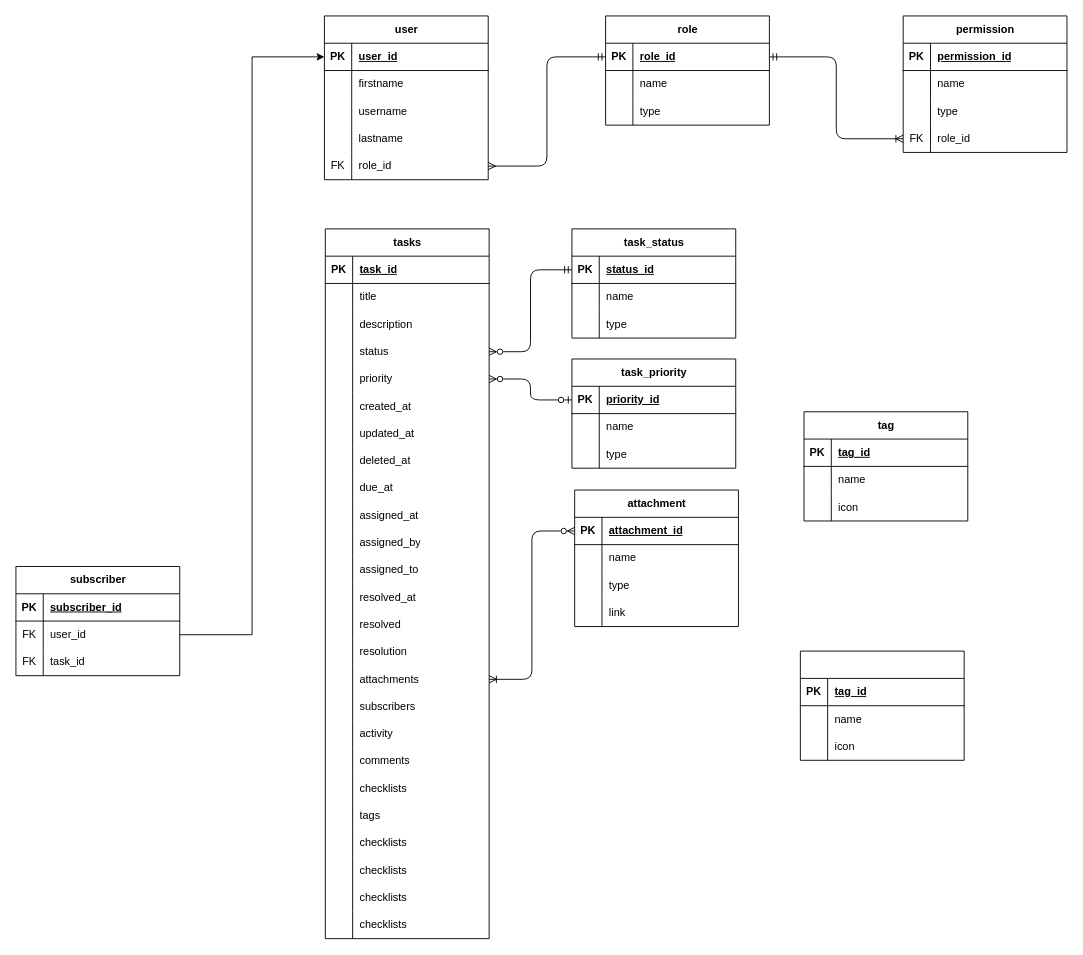
The draw.io diagram Untitled Diagram.drawio in sonu-nigam/workflow, before the edit. Source tidied: cells renumbered, new cells numbered last; positions are measured from the earlier drawing's top-left corner, leaving out a move shared by most shapes. Both pictures are drawn from the tidied source at 91%, with x=0, y=0 at pixel (15, 15).
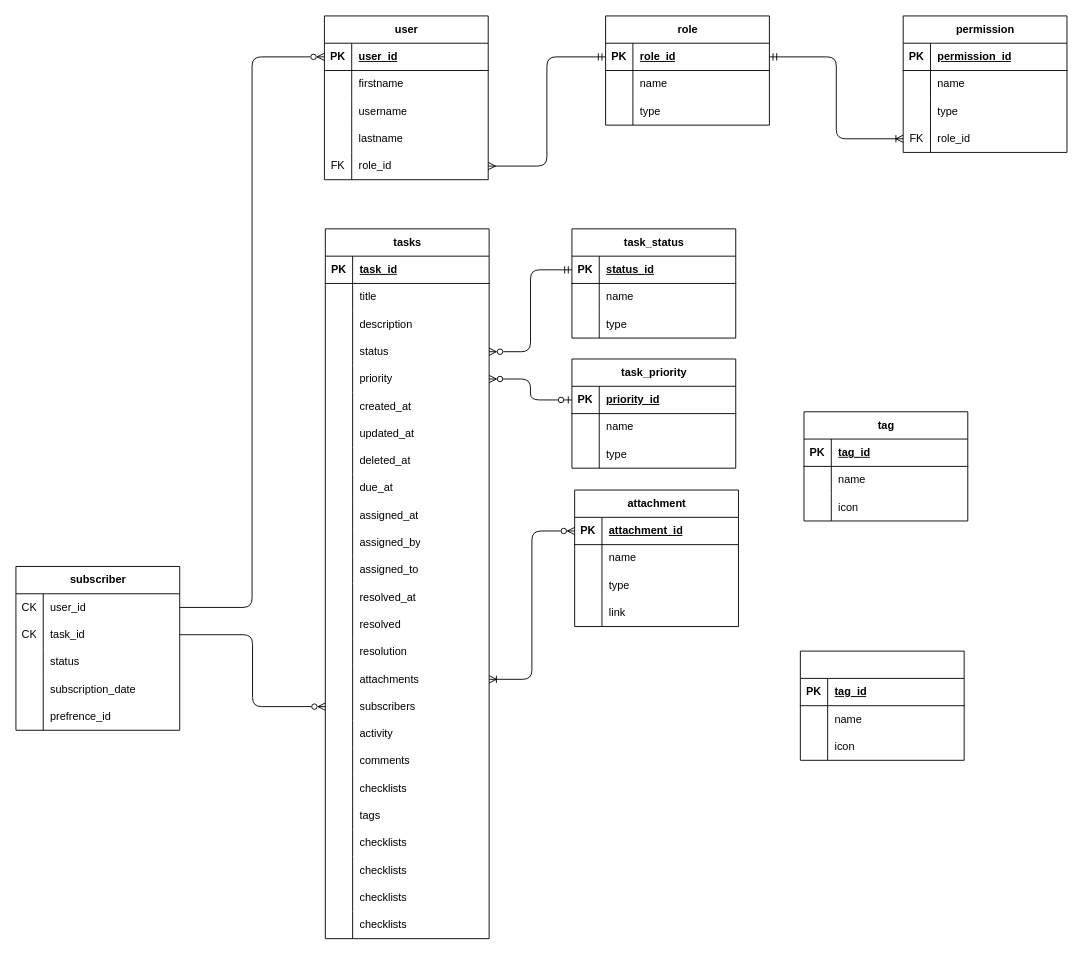
The same page after the edit.

The change refers to these unchanged cells:
```xml
<mxCell id="3" style="shape=tableRow;horizontal=0;startSize=0;swimlaneHead=0;swimlaneBody=0;fillColor=none;points=[[0,0.5],[1,0.5]];portConstraint=eastwest;top=0;left=0;right=0;bottom=1;rounded=0;" parent="2" vertex="1">
  <mxGeometry y="30" width="180" height="30" as="geometry" />
</mxCell>
<mxCell id="77" style="shape=tableRow;horizontal=0;startSize=0;swimlaneHead=0;swimlaneBody=0;fillColor=none;points=[[0,0.5],[1,0.5]];portConstraint=eastwest;top=0;left=0;right=0;bottom=0;" parent="28" vertex="1">
  <mxGeometry y="510" width="180" height="30" as="geometry" />
</mxCell>
```

The edit, as a diff of the source:
```diff
@@
     <mxCell id="165" value="subscriber" style="shape=table;startSize=30;childLayout=tableLayout;rowLines=0;fontStyle=1;align=center;html=1;rounded=0;" parent="1" vertex="1">
-      <mxGeometry y="605" width="180" height="120" as="geometry" />
+      <mxGeometry y="605" width="180" height="180" as="geometry" />
     </mxCell>
-    <mxCell id="166" style="shape=tableRow;horizontal=0;startSize=0;swimlaneHead=0;swimlaneBody=0;fillColor=none;top=0;left=0;right=0;bottom=1;rounded=0;" parent="165" vertex="1">
-      <mxGeometry y="30" width="180" height="30" as="geometry" />
-    </mxCell>
-    <mxCell id="167" value="PK" style="shape=partialRectangle;fillColor=none;top=0;left=0;bottom=0;right=0;fontStyle=1;overflow=hidden;whiteSpace=wrap;html=1;rounded=0;" parent="166" vertex="1">
-      <mxGeometry width="30" height="30" as="geometry" />
-    </mxCell>
-    <mxCell id="168" value="subscriber_id" style="shape=partialRectangle;fillColor=none;top=0;left=0;bottom=0;right=0;align=left;spacingLeft=6;fontStyle=5;overflow=hidden;whiteSpace=wrap;html=1;rounded=0;" parent="166" vertex="1">
-      <mxGeometry x="30" width="150" height="30" as="geometry" />
-    </mxCell>
     <mxCell id="169" style="shape=tableRow;horizontal=0;startSize=0;swimlaneHead=0;swimlaneBody=0;fillColor=none;points=[[0,0.5],[1,0.5]];portConstraint=eastwest;top=0;left=0;right=0;bottom=0;rounded=0;" parent="165" vertex="1">
-      <mxGeometry y="60" width="180" height="30" as="geometry" />
+      <mxGeometry y="30" width="180" height="30" as="geometry" />
     </mxCell>
-    <mxCell id="170" value="FK" style="shape=partialRectangle;fillColor=none;top=0;left=0;bottom=0;right=0;overflow=hidden;whiteSpace=wrap;html=1;rounded=0;" parent="169" vertex="1">
+    <mxCell id="170" value="CK" style="shape=partialRectangle;fillColor=none;top=0;left=0;bottom=0;right=0;overflow=hidden;whiteSpace=wrap;html=1;rounded=0;" parent="169" vertex="1">
       <mxGeometry width="30" height="30" as="geometry" />
     </mxCell>
@@
     <mxCell id="172" style="shape=tableRow;horizontal=0;startSize=0;swimlaneHead=0;swimlaneBody=0;fillColor=none;points=[[0,0.5],[1,0.5]];portConstraint=eastwest;top=0;left=0;right=0;bottom=0;rounded=0;" parent="165" vertex="1">
-      <mxGeometry y="90" width="180" height="30" as="geometry" />
+      <mxGeometry y="60" width="180" height="30" as="geometry" />
     </mxCell>
-    <mxCell id="173" value="FK" style="shape=partialRectangle;fillColor=none;top=0;left=0;bottom=0;right=0;overflow=hidden;whiteSpace=wrap;html=1;rounded=0;" parent="172" vertex="1">
+    <mxCell id="173" value="CK" style="shape=partialRectangle;fillColor=none;top=0;left=0;bottom=0;right=0;overflow=hidden;whiteSpace=wrap;html=1;rounded=0;" parent="172" vertex="1">
       <mxGeometry width="30" height="30" as="geometry" />
     </mxCell>
@@
+    <mxCell id="186" style="shape=tableRow;horizontal=0;startSize=0;swimlaneHead=0;swimlaneBody=0;fillColor=none;top=0;left=0;right=0;bottom=0;rounded=0;" parent="165" vertex="1">
+      <mxGeometry y="90" width="180" height="30" as="geometry" />
+    </mxCell>
+    <mxCell id="187" style="shape=partialRectangle;fillColor=none;top=0;left=0;bottom=0;right=0;overflow=hidden;whiteSpace=wrap;html=1;rounded=0;" parent="186" vertex="1">
+      <mxGeometry width="30" height="30" as="geometry" />
+    </mxCell>
+    <mxCell id="188" value="status" style="shape=partialRectangle;fillColor=none;top=0;left=0;bottom=0;right=0;align=left;spacingLeft=6;overflow=hidden;whiteSpace=wrap;html=1;rounded=0;" parent="186" vertex="1">
+      <mxGeometry x="30" width="150" height="30" as="geometry" />
+    </mxCell>
+    <mxCell id="189" style="shape=tableRow;horizontal=0;startSize=0;swimlaneHead=0;swimlaneBody=0;fillColor=none;top=0;left=0;right=0;bottom=0;rounded=0;" parent="165" vertex="1">
+      <mxGeometry y="120" width="180" height="30" as="geometry" />
+    </mxCell>
+    <mxCell id="190" style="shape=partialRectangle;fillColor=none;top=0;left=0;bottom=0;right=0;overflow=hidden;whiteSpace=wrap;html=1;rounded=0;" parent="189" vertex="1">
+      <mxGeometry width="30" height="30" as="geometry" />
+    </mxCell>
+    <mxCell id="191" value="subscription_date" style="shape=partialRectangle;fillColor=none;top=0;left=0;bottom=0;right=0;align=left;spacingLeft=6;overflow=hidden;whiteSpace=wrap;html=1;rounded=0;" parent="189" vertex="1">
+      <mxGeometry x="30" width="150" height="30" as="geometry" />
+    </mxCell>
+    <mxCell id="192" style="shape=tableRow;horizontal=0;startSize=0;swimlaneHead=0;swimlaneBody=0;fillColor=none;top=0;left=0;right=0;bottom=0;rounded=0;" parent="165" vertex="1">
+      <mxGeometry y="150" width="180" height="30" as="geometry" />
+    </mxCell>
+    <mxCell id="193" style="shape=partialRectangle;fillColor=none;top=0;left=0;bottom=0;right=0;overflow=hidden;whiteSpace=wrap;html=1;rounded=0;" parent="192" vertex="1">
+      <mxGeometry width="30" height="30" as="geometry" />
+    </mxCell>
+    <mxCell id="194" value="prefrence_id" style="shape=partialRectangle;fillColor=none;top=0;left=0;bottom=0;right=0;align=left;spacingLeft=6;overflow=hidden;whiteSpace=wrap;html=1;rounded=0;" parent="192" vertex="1">
+      <mxGeometry x="30" width="150" height="30" as="geometry" />
+    </mxCell>
@@
-    <mxCell id="185" style="edgeStyle=orthogonalEdgeStyle;rounded=0;jettySize=auto;html=1;entryX=0;entryY=0.5;entryDx=0;entryDy=0;" parent="1" edge="1" source="169" target="3">
+    <mxCell id="185" style="edgeStyle=orthogonalEdgeStyle;rounded=1;jettySize=auto;html=1;entryX=0;entryY=0.5;entryDx=0;entryDy=0;curved=0;endArrow=ERzeroToMany;endFill=0;" parent="1" edge="1" source="169" target="3">
       <mxGeometry relative="1" as="geometry" />
     </mxCell>
+    <mxCell id="195" style="edgeStyle=orthogonalEdgeStyle;rounded=1;jettySize=auto;html=1;entryX=0;entryY=0.5;entryDx=0;entryDy=0;curved=0;endArrow=ERzeroToMany;endFill=0;" parent="1" edge="1" source="172" target="77">
+      <mxGeometry relative="1" as="geometry" />
+    </mxCell>
```
